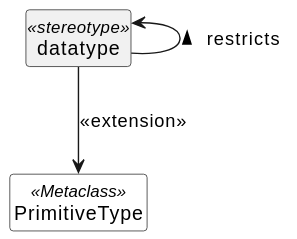
The PlantUML diagram docs/uml-profile-datatype.svg in sdm-lang/tree-sitter-sdml, before a commit. The source it was exported from:
```plantuml
@startuml
hide circle
hide members

class PrimitiveType <<Metaclass>> #white {}
class datatype <<stereotype>> {}
datatype --> PrimitiveType: <<extension>>
datatype -u-> datatype: > restricts
@enduml
```
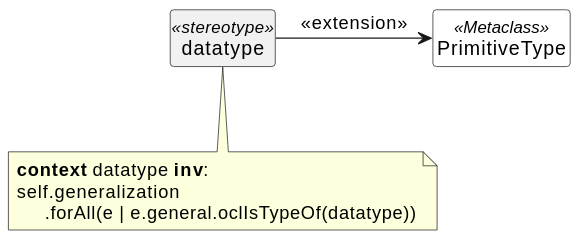
The same diagram one commit later.

The edit, as a diff of the source:
```diff
@@ -1,9 +1,12 @@
 @startuml
+skinparam backgroundColor transparent
 hide circle
 hide members
 
 class PrimitiveType <<Metaclass>> #white {}
 class datatype <<stereotype>> {}
-datatype --> PrimitiveType: <<extension>>
-datatype -u-> datatype: > restricts
+datatype -r-> PrimitiveType: <<extension>>
+
+note "**context** datatype **inv**:\nself.generalization\n     .forAll(e | e.general.oclIsTypeOf(datatype))" as gendatatype
+datatype .. gendatatype
 @enduml
```
